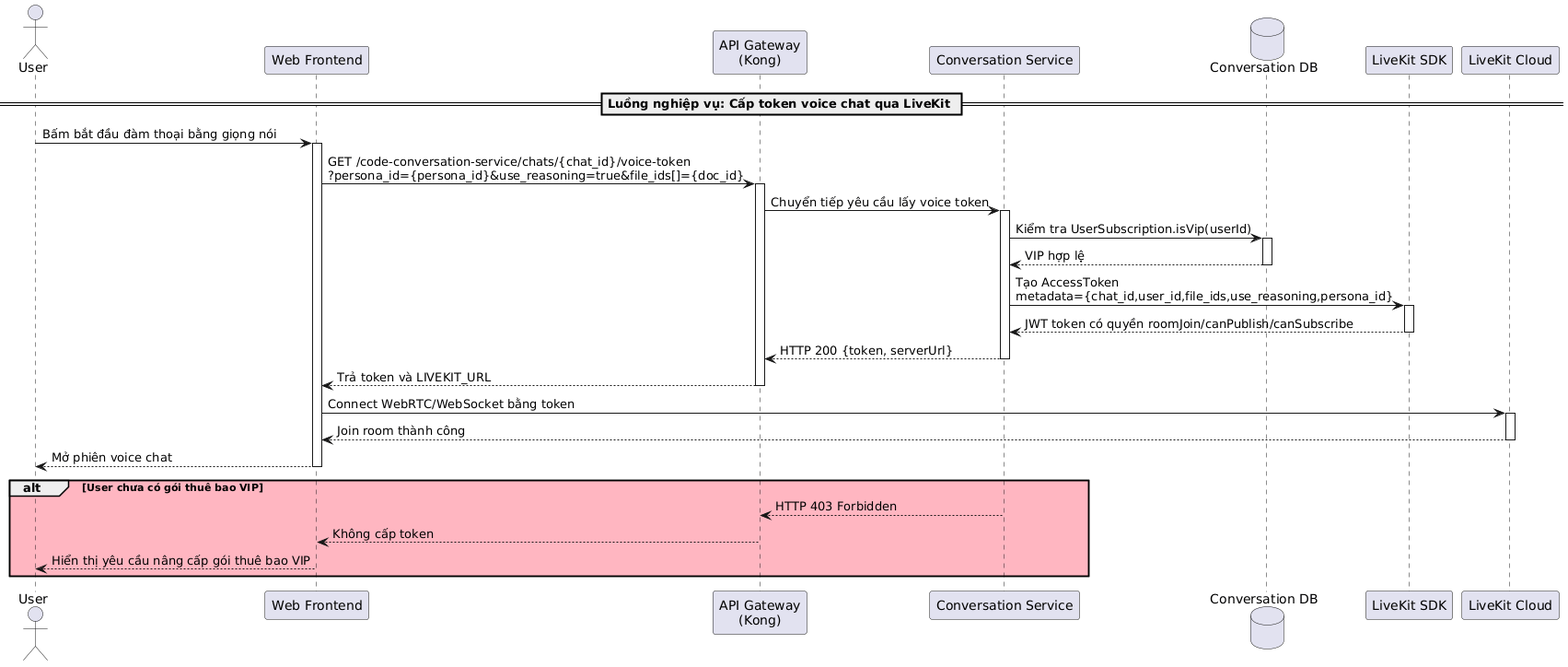
This is latex/contents/Sequence/UML-Sequence-36.png from 20206205Tech/docs-latex, a PlantUML export, as it was before one commit.
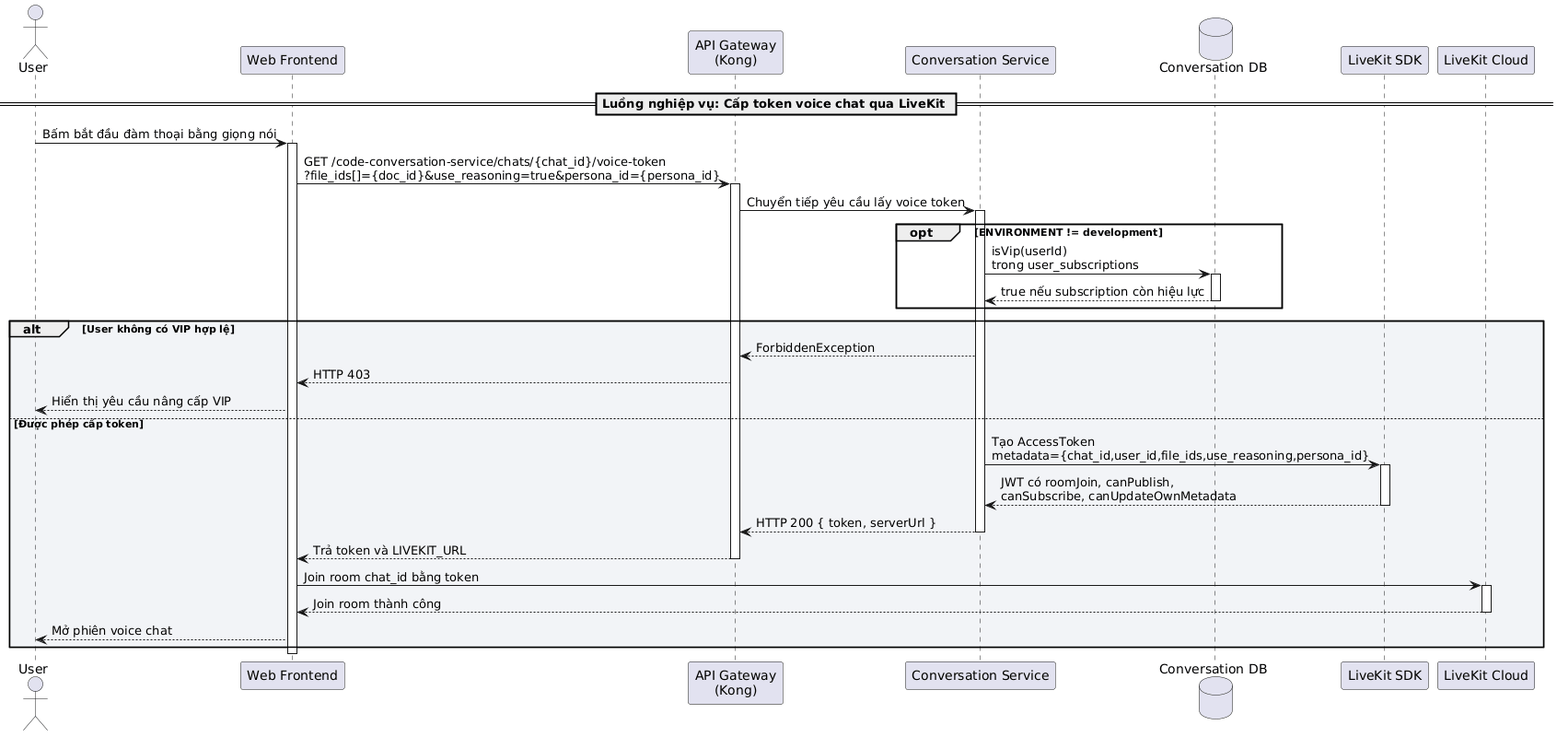
Above is the later version.

Change to the diagram source:
```diff
@@ -12,37 +12,40 @@
 User -> Frontend: Bấm bắt đầu đàm thoại bằng giọng nói
 activate Frontend
 
-Frontend -> Kong: GET /code-conversation-service/chats/{chat_id}/voice-token\n?persona_id={persona_id}&use_reasoning=true&file_ids[]={doc_id}
+Frontend -> Kong: GET /code-conversation-service/chats/{chat_id}/voice-token\n?file_ids[]={doc_id}&use_reasoning=true&persona_id={persona_id}
 activate Kong
 Kong -> ConversationService: Chuyển tiếp yêu cầu lấy voice token
 activate ConversationService
 
-ConversationService -> ConversationDB: Kiểm tra UserSubscription.isVip(userId)
+opt ENVIRONMENT != development
+ConversationService -> ConversationDB: isVip(userId)\ntrong user_subscriptions
 activate ConversationDB
-ConversationDB --> ConversationService: VIP hợp lệ
+ConversationDB --> ConversationService: true nếu subscription còn hiệu lực
 deactivate ConversationDB
+end
 
+alt #F2F4F7 User không có VIP hợp lệ
+ConversationService --> Kong: ForbiddenException
+Kong --> Frontend: HTTP 403
+Frontend --> User: Hiển thị yêu cầu nâng cấp VIP
+else Được phép cấp token
 ConversationService -> LiveKitSDK: Tạo AccessToken\nmetadata={chat_id,user_id,file_ids,use_reasoning,persona_id}
 activate LiveKitSDK
-LiveKitSDK --> ConversationService: JWT token có quyền roomJoin/canPublish/canSubscribe
+LiveKitSDK --> ConversationService: JWT có roomJoin, canPublish,\ncanSubscribe, canUpdateOwnMetadata
 deactivate LiveKitSDK
 
-ConversationService --> Kong: HTTP 200 {token, serverUrl}
+ConversationService --> Kong: HTTP 200 { token, serverUrl }
 deactivate ConversationService
 Kong --> Frontend: Trả token và LIVEKIT_URL
 deactivate Kong
 
-Frontend -> LiveKit: Connect WebRTC/WebSocket bằng token
+Frontend -> LiveKit: Join room chat_id bằng token
 activate LiveKit
 LiveKit --> Frontend: Join room thành công
 deactivate LiveKit
 
 Frontend --> User: Mở phiên voice chat
+end
+
 deactivate Frontend
-
-alt #LightPink User chưa có gói thuê bao VIP
-    ConversationService --> Kong: HTTP 403 Forbidden
-    Kong --> Frontend: Không cấp token
-    Frontend --> User: Hiển thị yêu cầu nâng cấp gói thuê bao VIP
-end
 @enduml
```
